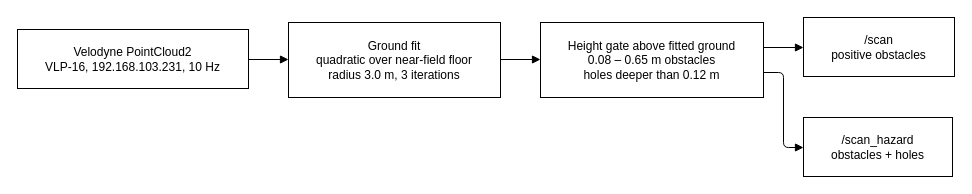
itbdelaboprogramming/msd700_documentation keeps this draw.io diagram as docs/development/ros/diagrams/perception-and-hazard-scan-pipeline-msd700perception-launch-cloudha.drawio. Above is the earlier version. Source tidied: cells renumbered, new cells numbered last; positions are measured from the earlier drawing's top-left corner, leaving out a move shared by most shapes. Both pictures are drawn from the tidied source at 100%, with x=0, y=0 at pixel (17, 17).
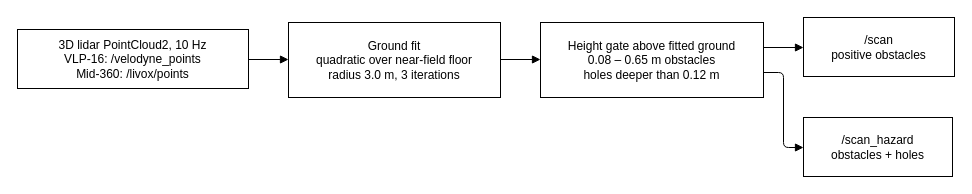
After the change.

Diff of the diagram source:
```diff
@@
 <mxGraphModel>
   <root>
     <mxCell id="0" />
     <mxCell id="1" parent="0" />
-    <mxCell id="2" value="Velodyne PointCloud2&lt;br&gt;VLP-16, 192.168.103.231, 10 Hz" style="html=1;whiteSpace=wrap;fillColor=#ffffff;strokeColor=#000000;rounded=0;fontFamily=Helvetica;fontSize=12;fontColor=#000000;" parent="1" vertex="1">
+    <mxCell id="2" value="3D lidar PointCloud2, 10 Hz&lt;br&gt;VLP-16: /velodyne_points&lt;br&gt;Mid-360: /livox/points" style="html=1;whiteSpace=wrap;fillColor=#ffffff;strokeColor=#000000;rounded=0;fontFamily=Helvetica;fontSize=12;fontColor=#000000;" parent="1" vertex="1">
       <mxGeometry y="12" width="231" height="59" as="geometry" />
     </mxCell>
     <mxCell id="3" value="Ground fit&lt;br&gt;quadratic over near-field floor&lt;br&gt;radius 3.0 m, 3 iterations" style="html=1;whiteSpace=wrap;fillColor=#ffffff;strokeColor=#000000;rounded=0;fontFamily=Helvetica;fontSize=12;fontColor=#000000;" parent="1" vertex="1">
       <mxGeometry x="271" y="5" width="212" height="75" as="geometry" />
     </mxCell>
     <mxCell id="4" value="Height gate above fitted ground&lt;br&gt;0.08 – 0.65 m obstacles&lt;br&gt;holes deeper than 0.12 m" style="html=1;whiteSpace=wrap;fillColor=#ffffff;strokeColor=#000000;rounded=0;fontFamily=Helvetica;fontSize=12;fontColor=#000000;" parent="1" vertex="1">
       <mxGeometry x="523" y="5" width="223" height="75" as="geometry" />
     </mxCell>
     <mxCell id="5" value="/scan&lt;br&gt;positive obstacles" style="html=1;whiteSpace=wrap;fillColor=#ffffff;strokeColor=#000000;rounded=0;fontFamily=Helvetica;fontSize=12;fontColor=#000000;" parent="1" vertex="1">
       <mxGeometry x="786" width="151" height="59" as="geometry" />
     </mxCell>
     <mxCell id="6" value="/scan_hazard&lt;br&gt;obstacles + holes" style="html=1;whiteSpace=wrap;fillColor=#ffffff;strokeColor=#000000;rounded=0;fontFamily=Helvetica;fontSize=12;fontColor=#000000;" parent="1" vertex="1">
       <mxGeometry x="786" y="100" width="149" height="59" as="geometry" />
     </mxCell>
     <mxCell id="7" style="edgeStyle=orthogonalEdgeStyle;rounded=1;arcSize=10;html=1;fontFamily=Helvetica;fontSize=11;labelBackgroundColor=#ffffff;strokeColor=#000000;startArrow=none;endArrow=block;endFill=1;endSize=6;exitX=1;exitY=0.5085;exitDx=0;exitDy=0;exitPerimeter=0;entryX=0;entryY=0.4933;entryDx=0;entryDy=0;entryPerimeter=0;" parent="1" edge="1" source="2" target="3">
       <mxGeometry relative="1" as="geometry" />
     </mxCell>
     <mxCell id="8" style="edgeStyle=orthogonalEdgeStyle;rounded=1;arcSize=10;html=1;fontFamily=Helvetica;fontSize=11;labelBackgroundColor=#ffffff;strokeColor=#000000;startArrow=none;endArrow=block;endFill=1;endSize=6;exitX=1;exitY=0.4933;exitDx=0;exitDy=0;exitPerimeter=0;entryX=0;entryY=0.4933;entryDx=0;entryDy=0;entryPerimeter=0;" parent="1" edge="1" source="3" target="4">
       <mxGeometry relative="1" as="geometry" />
     </mxCell>
     <mxCell id="9" style="edgeStyle=orthogonalEdgeStyle;rounded=1;arcSize=10;html=1;fontFamily=Helvetica;fontSize=11;labelBackgroundColor=#ffffff;strokeColor=#000000;startArrow=none;endArrow=block;endFill=1;endSize=6;exitX=1;exitY=0.3333;exitDx=0;exitDy=0;exitPerimeter=0;entryX=0;entryY=0.5085;entryDx=0;entryDy=0;entryPerimeter=0;" parent="1" edge="1" source="4" target="5">
       <mxGeometry relative="1" as="geometry" />
     </mxCell>
     <mxCell id="10" style="edgeStyle=orthogonalEdgeStyle;rounded=1;arcSize=10;html=1;fontFamily=Helvetica;fontSize=11;labelBackgroundColor=#ffffff;strokeColor=#000000;startArrow=none;endArrow=block;endFill=1;endSize=6;exitX=1;exitY=0.6667;exitDx=0;exitDy=0;exitPerimeter=0;entryX=0;entryY=0.5085;entryDx=0;entryDy=0;entryPerimeter=0;" parent="1" edge="1" source="4" target="6">
       <mxGeometry relative="1" as="geometry">
         <Array as="points">
           <mxPoint x="766" y="55" />
           <mxPoint x="766" y="130" />
         </Array>
       </mxGeometry>
     </mxCell>
   </root>
 </mxGraphModel>
```
